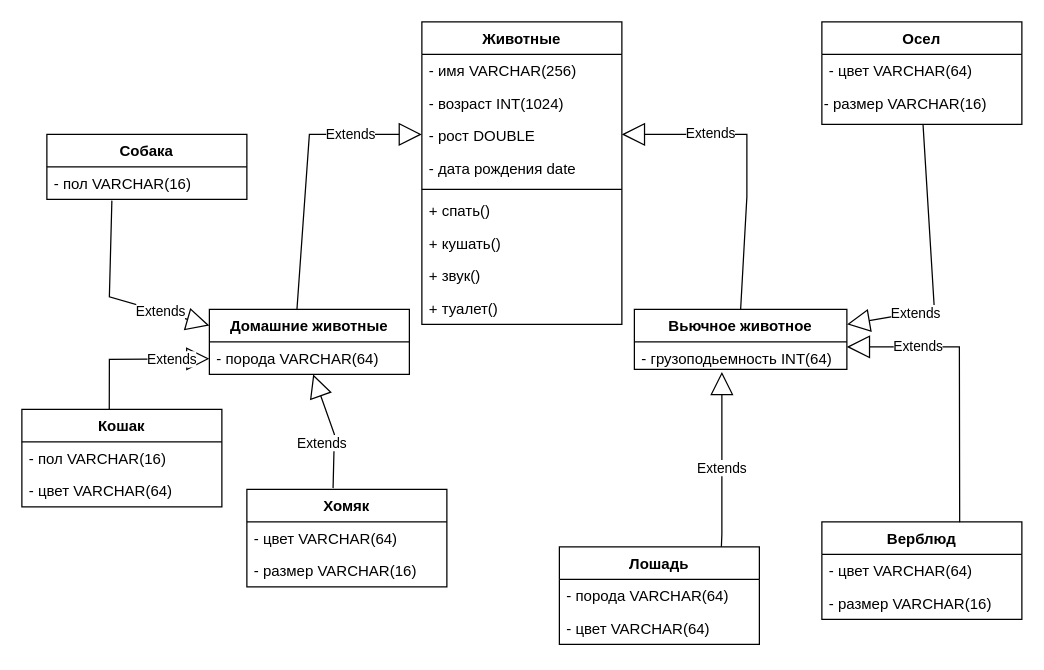
Before: images/draw.drawio in see1234/FinalWork_2, a draw.io diagram. Source tidied: cells renumbered, new cells numbered last; positions are measured from the earlier drawing's top-left corner, leaving out a move shared by most shapes. Both pictures are drawn from the tidied source at 125%, with x=0, y=0 at pixel (21, 21).
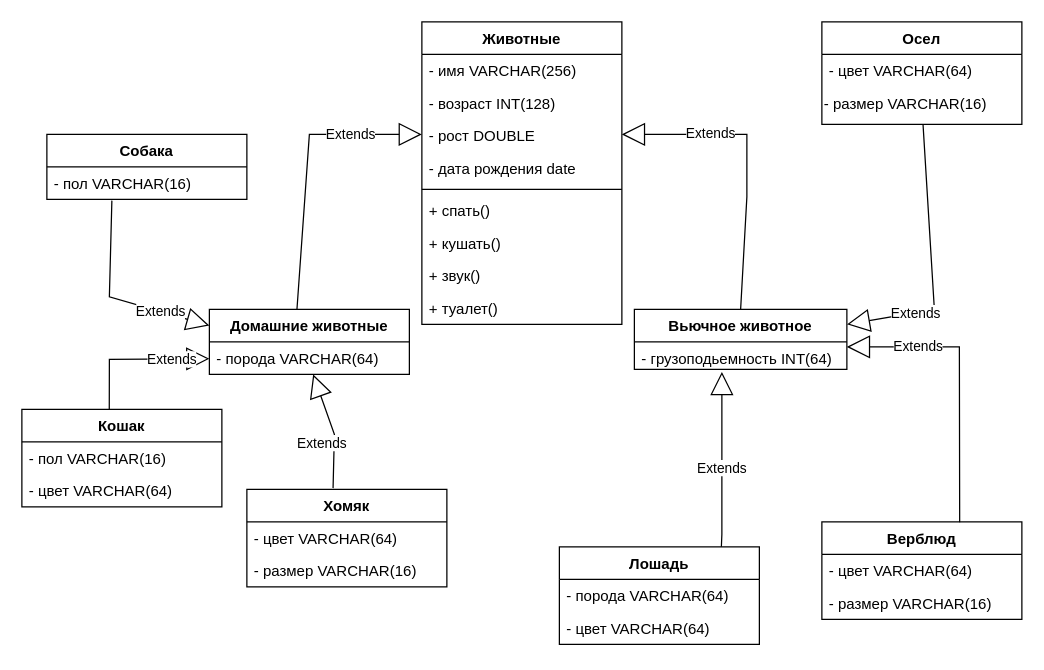
The same diagram, later.

Unchanged cells that the change refers to:
```xml
<mxCell id="2" value="Животные" style="swimlane;fontStyle=1;align=center;verticalAlign=top;horizontal=1;startSize=26;" parent="1" vertex="1">
  <mxGeometry x="320" width="160" height="242" as="geometry" />
</mxCell>
```

The edit, as a diff of the source:
```diff
@@
-    <mxCell id="4" value="- возраст INT(1024)&#10;" style="text;strokeColor=none;fillColor=none;align=left;verticalAlign=top;spacingLeft=4;spacingRight=4;overflow=hidden;" parent="2" vertex="1">
+    <mxCell id="4" value="- возраст INT(128)&#10;" style="text;strokeColor=none;fillColor=none;align=left;verticalAlign=top;spacingLeft=4;spacingRight=4;overflow=hidden;" parent="2" vertex="1">
       <mxGeometry y="52" width="160" height="26" as="geometry" />
     </mxCell>
```
